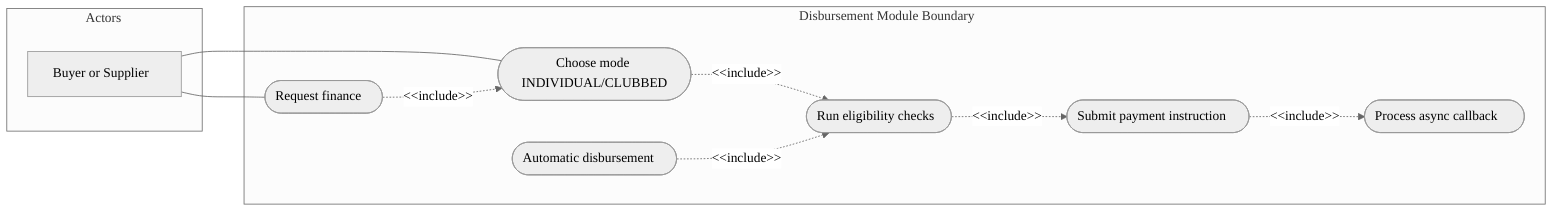
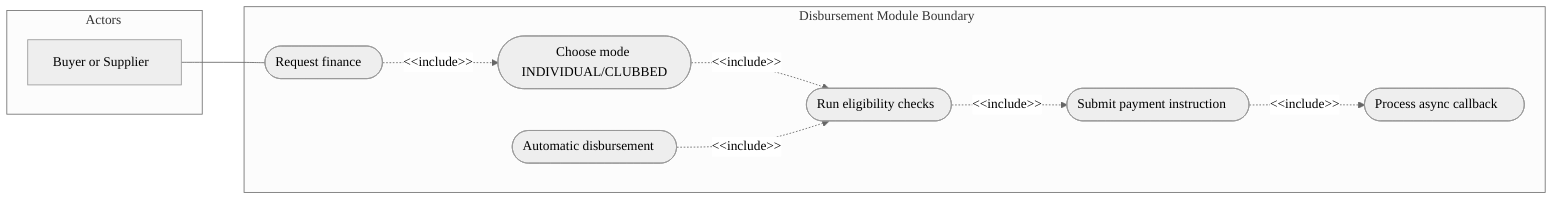
%%{init: { 'theme': 'neutral', 'themeVariables': { 'fontFamily': 'Inter, Roboto, Helvetica, sans-serif', 'fontSize': '16px', 'fontWeight': '500' } } }%%
flowchart LR
    %% Disbursement Module

    subgraph Actors["Actors"]
    Buyer_or_Supplier["Buyer or Supplier"]
    end
    subgraph Boundary["Disbursement Module Boundary"]
        UC1(["Request finance"])
        UC2(["Choose mode INDIVIDUAL/CLUBBED"])
        UC3(["Automatic disbursement"])
        UC4(["Run eligibility checks"])
        UC5(["Submit payment instruction"])
        UC6(["Process async callback"])
    end
    Buyer_or_Supplier --- UC1
-     Buyer_or_Supplier --- UC2
    UC1 -. "&lt;&lt;include&gt;&gt;" .-> UC2
    UC2 -. "&lt;&lt;include&gt;&gt;" .-> UC4
    UC3 -. "&lt;&lt;include&gt;&gt;" .-> UC4
    UC4 -. "&lt;&lt;include&gt;&gt;" .-> UC5
    UC5 -. "&lt;&lt;include&gt;&gt;" .-> UC6
